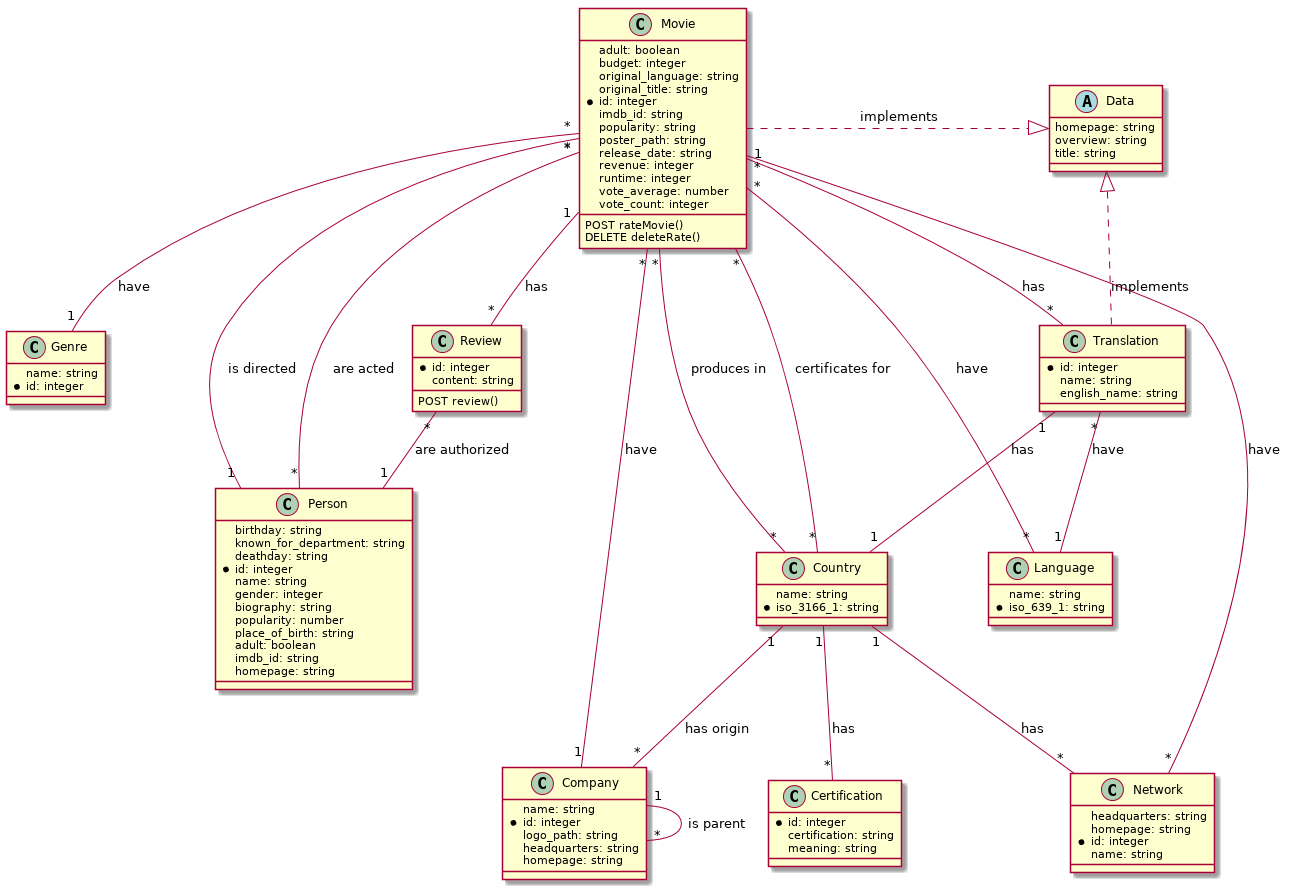
Above: Model-UML/plantuml.png in millenium9977/seminar-databases-and-express (PlantUML), before the change.
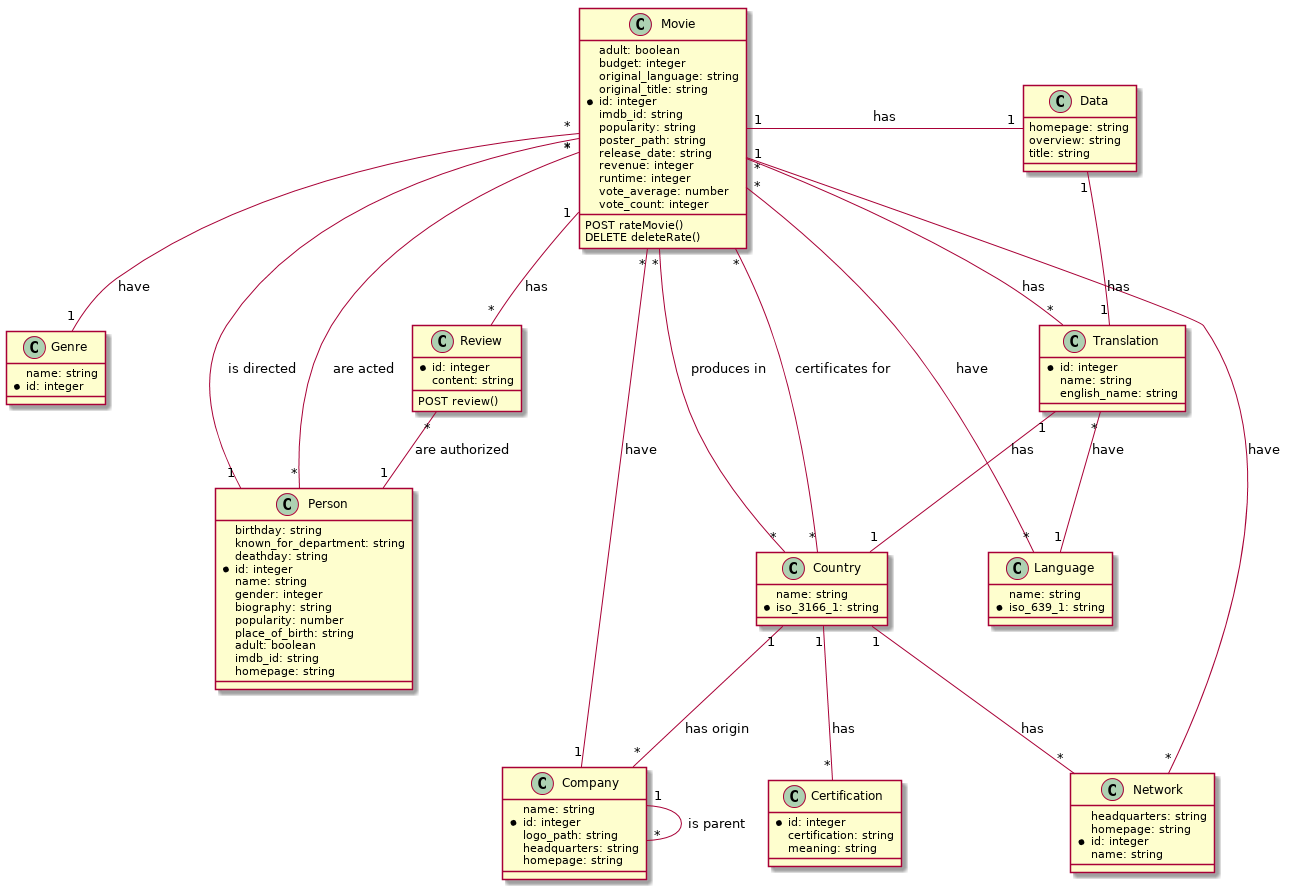
The same file after the commit.

What changed in the source:
```diff
@@ -46,7 +46,7 @@
   english_name: string
 }
 
-abstract class Data {
+class Data {
   homepage: string
   overview: string
   title: string
@@ -88,7 +88,7 @@
 
 Movie "*" -- "1" Genre : have
 Movie "1" -- "*" Translation : has
-Movie ..right|> Data : implements
+Movie "1" -right- "1" Data : has
 Movie "*" -- "*" Language : have
 Movie "1" -- "*" Review : has
 Movie "*" -- "1" Company: have
@@ -99,7 +99,7 @@
 Movie "*" -- "1" Person: is directed
 Translation "*" -- "1" Language: have
 Translation "1" -- "1" Country: has
-Translation ..up|> Data: implements
+Translation "1" -up- "1" Data: has
 Country "1" -- "*" Certification: has
 Country "1" -- "*" Company: has origin
 Country "1" -- "*" Network: has
```
